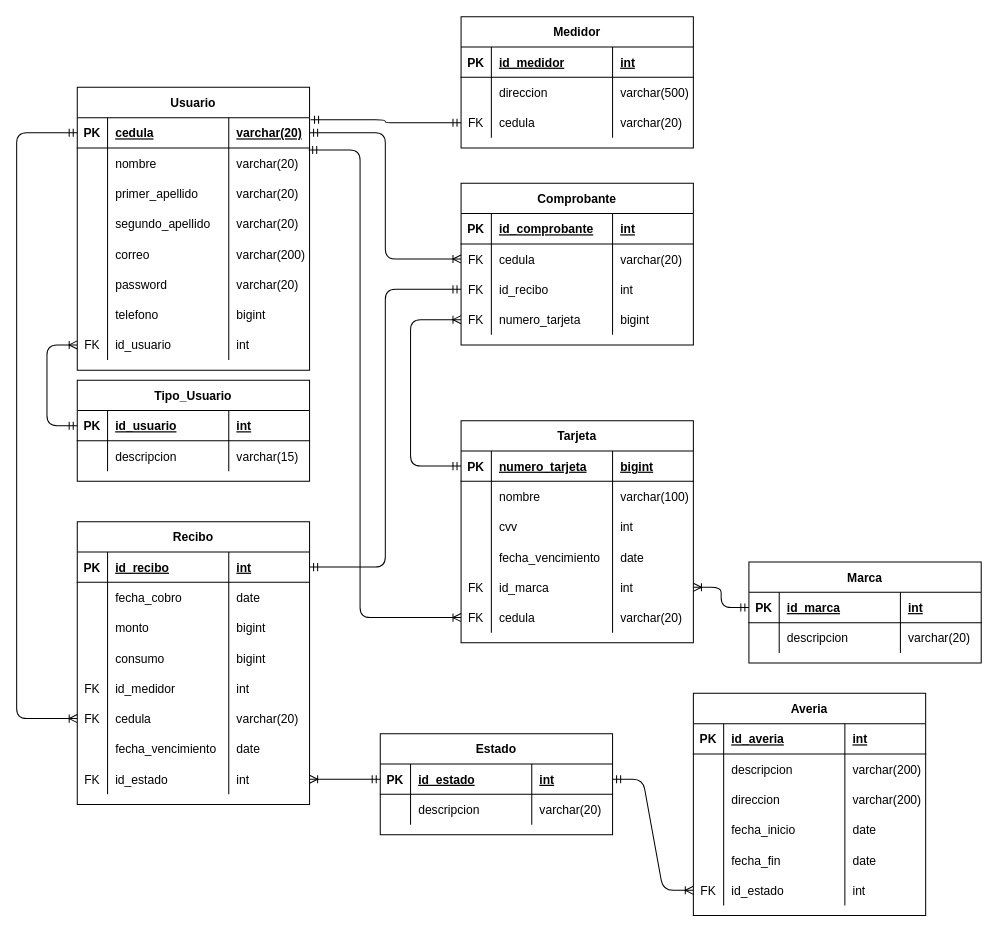
Above: DisenoBD/DiagramaBD.drawio in knnthlv/ProyectoASADAS (draw.io), before the change. Source tidied: cells renumbered, new cells numbered last; positions are measured from the earlier drawing's top-left corner, leaving out a move shared by most shapes. Both pictures are drawn from the tidied source at 101%, with x=0, y=0 at pixel (16, 16).
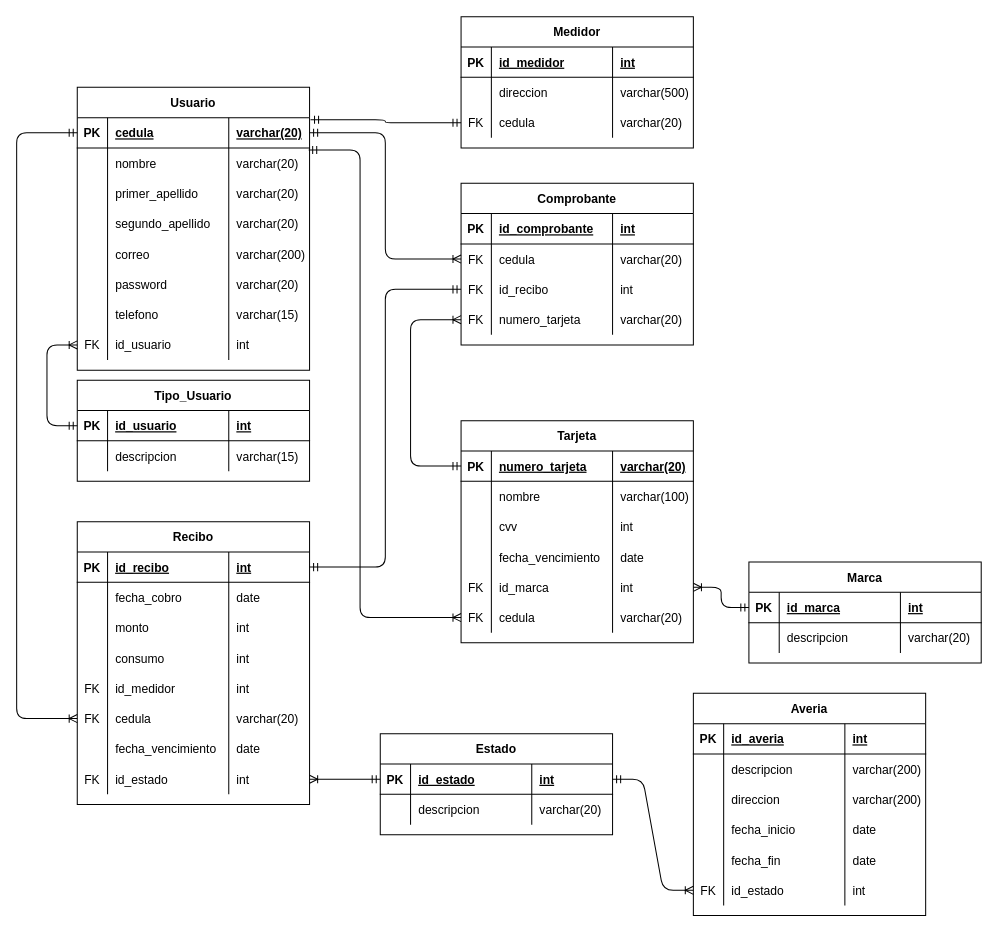
The same page after the edit.

The change refers to these unchanged cells:
```xml
<mxCell id="27" style="shape=partialRectangle;fillColor=none;top=0;left=0;right=0;bottom=0;" parent="2" vertex="1">
  <mxGeometry y="210" width="230" height="30" as="geometry" />
</mxCell>
<mxCell id="44" style="shape=partialRectangle;fillColor=none;top=0;left=0;right=0;bottom=0;" parent="35" vertex="1">
  <mxGeometry y="90" width="230" height="30" as="geometry" />
</mxCell>
<mxCell id="48" style="shape=partialRectangle;fillColor=none;top=0;left=0;right=0;bottom=0;" parent="35" vertex="1">
  <mxGeometry y="120" width="230" height="30" as="geometry" />
</mxCell>
<mxCell id="69" style="shape=partialRectangle;fillColor=none;points=[[0,0.5],[1,0.5]];portConstraint=eastwest;top=0;left=0;right=0;bottom=1;" parent="68" vertex="1">
  <mxGeometry y="30" width="230" height="30" as="geometry" />
</mxCell>
<mxCell id="106" style="shape=partialRectangle;fillColor=none;points=[[0,0.5],[1,0.5]];portConstraint=eastwest;top=0;left=0;right=0;bottom=0;" parent="93" vertex="1">
  <mxGeometry y="120" width="230" height="30" as="geometry" />
</mxCell>
```

The edit, as a diff of the source:
```diff
@@
-    <mxCell id="30" value="bigint" style="shape=partialRectangle;overflow=hidden;fillColor=none;top=0;left=0;bottom=0;right=0;align=left;spacingLeft=6;" parent="27" vertex="1">
+    <mxCell id="30" value="varchar(15)" style="shape=partialRectangle;overflow=hidden;fillColor=none;top=0;left=0;bottom=0;right=0;align=left;spacingLeft=6;" parent="27" vertex="1">
       <mxGeometry x="150" width="80" height="30" as="geometry" />
     </mxCell>
@@
-    <mxCell id="47" value="bigint" style="shape=partialRectangle;overflow=hidden;fillColor=none;top=0;left=0;bottom=0;right=0;align=left;spacingLeft=6;" parent="44" vertex="1">
+    <mxCell id="47" value="int" style="shape=partialRectangle;overflow=hidden;fillColor=none;top=0;left=0;bottom=0;right=0;align=left;spacingLeft=6;" parent="44" vertex="1">
       <mxGeometry x="150" width="80" height="30" as="geometry" />
     </mxCell>
@@
-    <mxCell id="51" value="bigint" style="shape=partialRectangle;overflow=hidden;fillColor=none;top=0;left=0;bottom=0;right=0;align=left;spacingLeft=6;" parent="48" vertex="1">
+    <mxCell id="51" value="int" style="shape=partialRectangle;overflow=hidden;fillColor=none;top=0;left=0;bottom=0;right=0;align=left;spacingLeft=6;" parent="48" vertex="1">
       <mxGeometry x="150" width="80" height="30" as="geometry" />
     </mxCell>
@@
-    <mxCell id="72" value="bigint" style="shape=partialRectangle;overflow=hidden;fillColor=none;top=0;left=0;bottom=0;right=0;align=left;spacingLeft=6;fontStyle=5;" parent="69" vertex="1">
+    <mxCell id="72" value="varchar(20)" style="shape=partialRectangle;overflow=hidden;fillColor=none;top=0;left=0;bottom=0;right=0;align=left;spacingLeft=6;fontStyle=5;" parent="69" vertex="1">
       <mxGeometry x="150" width="80" height="30" as="geometry" />
     </mxCell>
@@
-    <mxCell id="109" value="bigint" style="shape=partialRectangle;overflow=hidden;fillColor=none;top=0;left=0;bottom=0;right=0;align=left;spacingLeft=6;" parent="106" vertex="1">
+    <mxCell id="109" value="varchar(20)" style="shape=partialRectangle;overflow=hidden;fillColor=none;top=0;left=0;bottom=0;right=0;align=left;spacingLeft=6;" parent="106" vertex="1">
       <mxGeometry x="150" width="80" height="30" as="geometry" />
     </mxCell>
```
